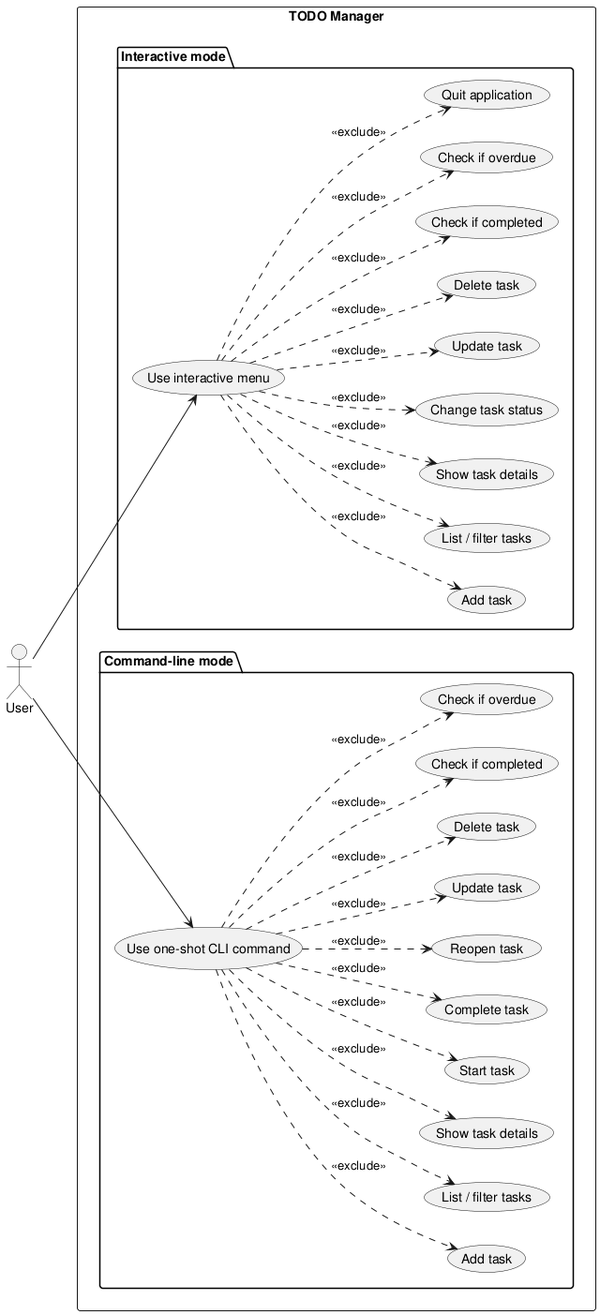
Earlier version of the PlantUML export experiments/pipeline/structured_text/TODO/artifacts/use_case_diagram.png (DanielRiha8906/Software_autoevolution_using_agents).
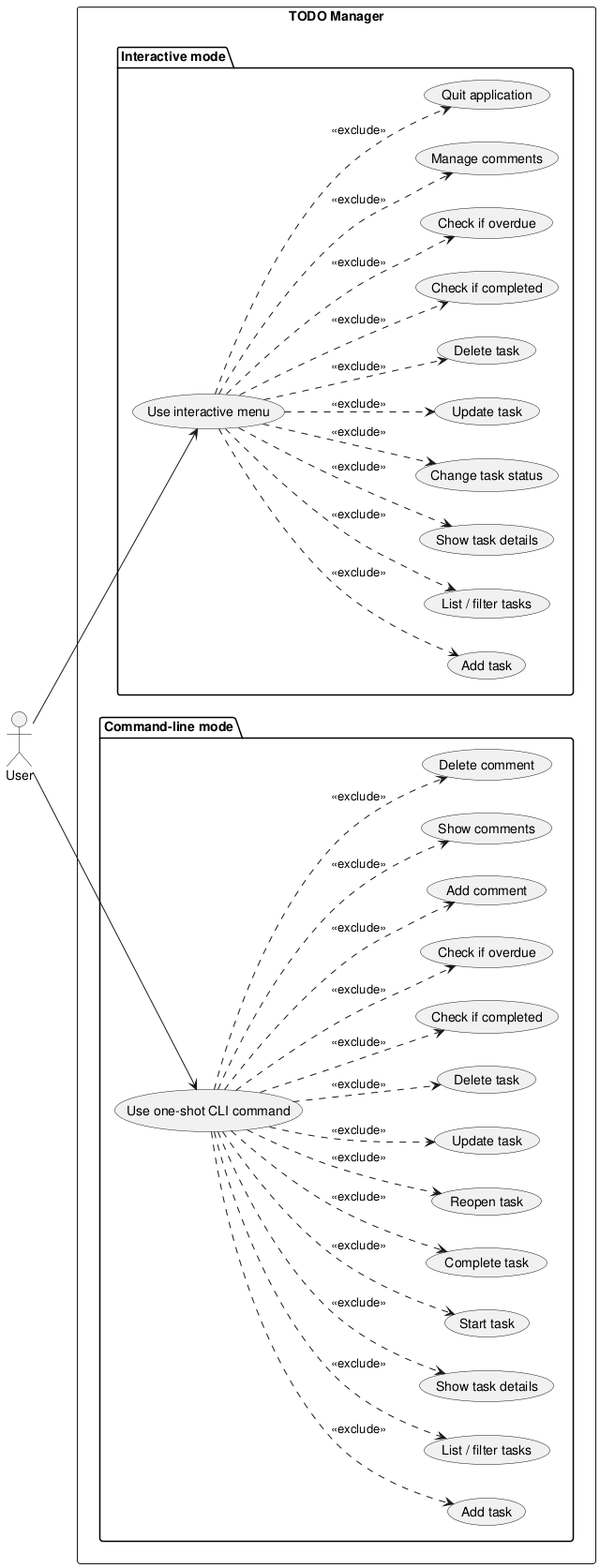
After the commit.

Diff of the diagram source:
```diff
@@ -16,6 +16,7 @@
     usecase "Delete task" as I_DELETE
     usecase "Check if completed" as I_COMPLETED
     usecase "Check if overdue" as I_OVERDUE
+    usecase "Manage comments" as I_COMMENTS
     usecase "Quit application" as I_QUIT
   }
 
@@ -31,6 +32,9 @@
     usecase "Delete task" as C_DELETE
     usecase "Check if completed" as C_COMPLETED
     usecase "Check if overdue" as C_OVERDUE
+    usecase "Add comment" as C_ADD_COMMENT
+    usecase "Show comments" as C_SHOW_COMMENTS
+    usecase "Delete comment" as C_DELETE_COMMENT
   }
 }
 
@@ -45,17 +49,21 @@
 UI ..> I_DELETE    : <<exclude>>
 UI ..> I_COMPLETED : <<exclude>>
 UI ..> I_OVERDUE   : <<exclude>>
+UI ..> I_COMMENTS  : <<exclude>>
 UI ..> I_QUIT      : <<exclude>>
 
-CLI ..> C_ADD       : <<exclude>>
-CLI ..> C_LIST      : <<exclude>>
-CLI ..> C_SHOW      : <<exclude>>
-CLI ..> C_START     : <<exclude>>
-CLI ..> C_DONE      : <<exclude>>
-CLI ..> C_REOPEN    : <<exclude>>
-CLI ..> C_UPDATE    : <<exclude>>
-CLI ..> C_DELETE    : <<exclude>>
-CLI ..> C_COMPLETED : <<exclude>>
-CLI ..> C_OVERDUE   : <<exclude>>
+CLI ..> C_ADD            : <<exclude>>
+CLI ..> C_LIST           : <<exclude>>
+CLI ..> C_SHOW           : <<exclude>>
+CLI ..> C_START          : <<exclude>>
+CLI ..> C_DONE           : <<exclude>>
+CLI ..> C_REOPEN         : <<exclude>>
+CLI ..> C_UPDATE         : <<exclude>>
+CLI ..> C_DELETE         : <<exclude>>
+CLI ..> C_COMPLETED      : <<exclude>>
+CLI ..> C_OVERDUE        : <<exclude>>
+CLI ..> C_ADD_COMMENT    : <<exclude>>
+CLI ..> C_SHOW_COMMENTS  : <<exclude>>
+CLI ..> C_DELETE_COMMENT : <<exclude>>
 
 @enduml
```
